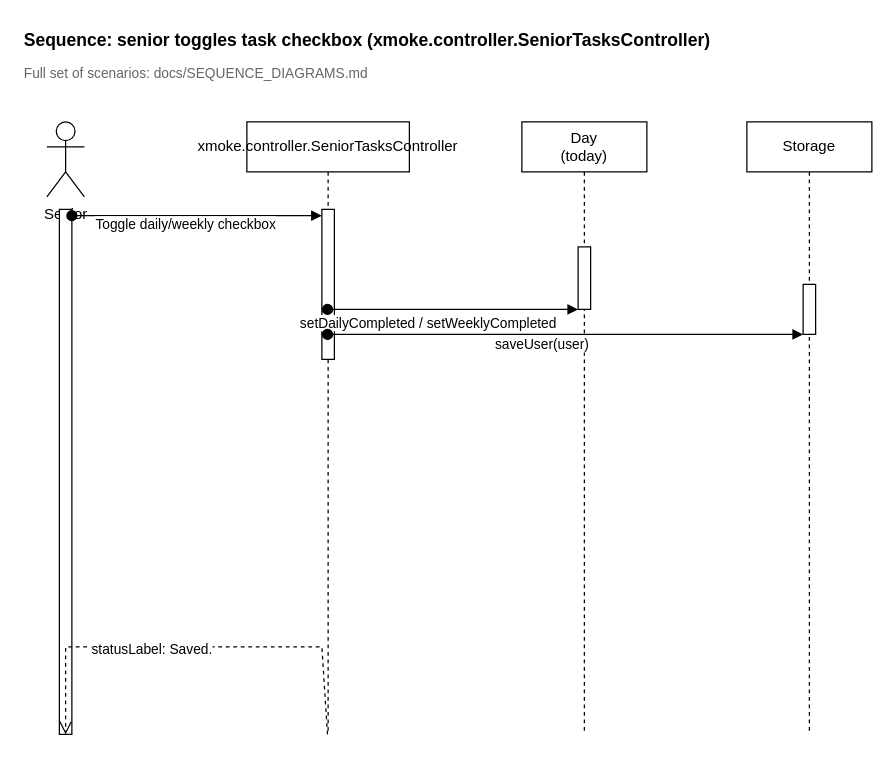
The draw.io diagram docs/images/Sequence Diagram.drawio in NUS-CS2103DE-Team9/tp, before the edit. Source tidied: cells renumbered, new cells numbered last; positions are measured from the earlier drawing's top-left corner, leaving out a move shared by most shapes. Both pictures are drawn from the tidied source at 125%, with x=0, y=0 at pixel (21, 21).
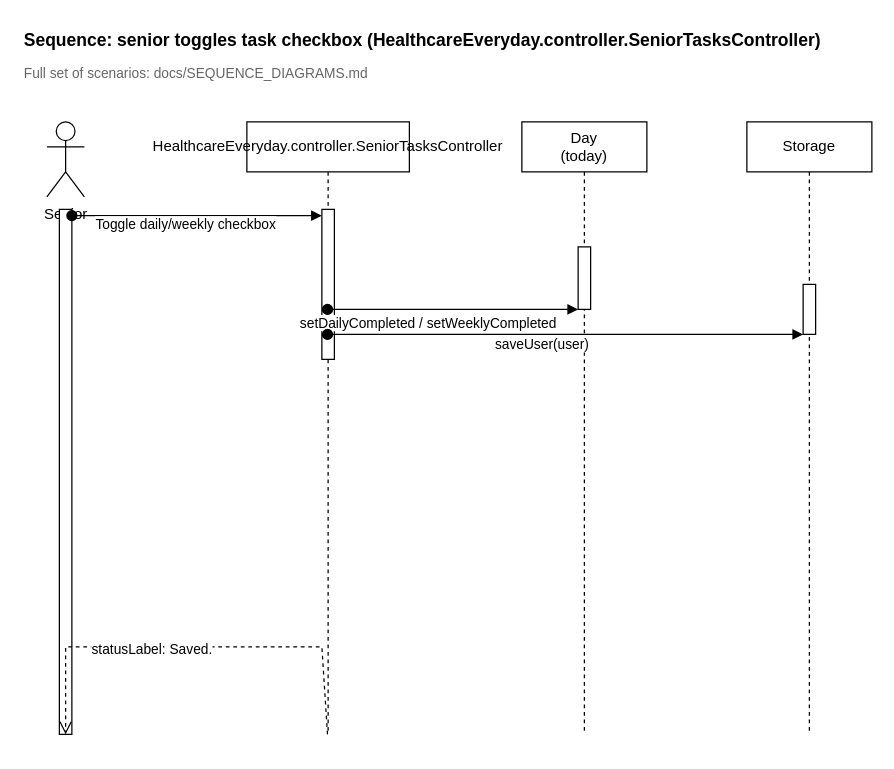
After the change.

The edit, as a diff of the source:
```diff
@@
-    <mxCell id="2" value="Sequence: senior toggles task checkbox (xmoke.controller.SeniorTasksController)" style="text;html=1;fontSize=14;fontStyle=1;" parent="1" vertex="1">
+    <mxCell id="2" value="Sequence: senior toggles task checkbox (HealthcareEveryday.controller.SeniorTasksController)" style="text;html=1;fontSize=14;fontStyle=1;" parent="1" vertex="1">
       <mxGeometry width="520" height="30" as="geometry" />
     </mxCell>
@@
-    <mxCell id="6" value="xmoke.controller.SeniorTasksController" style="shape=umlLifeline;perimeter=lifelinePerimeter;whiteSpace=wrap;html=1;outlineConnect=0;portConstraint=eastwest;" parent="1" vertex="1">
+    <mxCell id="6" value="HealthcareEveryday.controller.SeniorTasksController" style="shape=umlLifeline;perimeter=lifelinePerimeter;whiteSpace=wrap;html=1;outlineConnect=0;portConstraint=eastwest;" parent="1" vertex="1">
       <mxGeometry x="180" y="80" width="130" height="490" as="geometry" />
     </mxCell>
```
